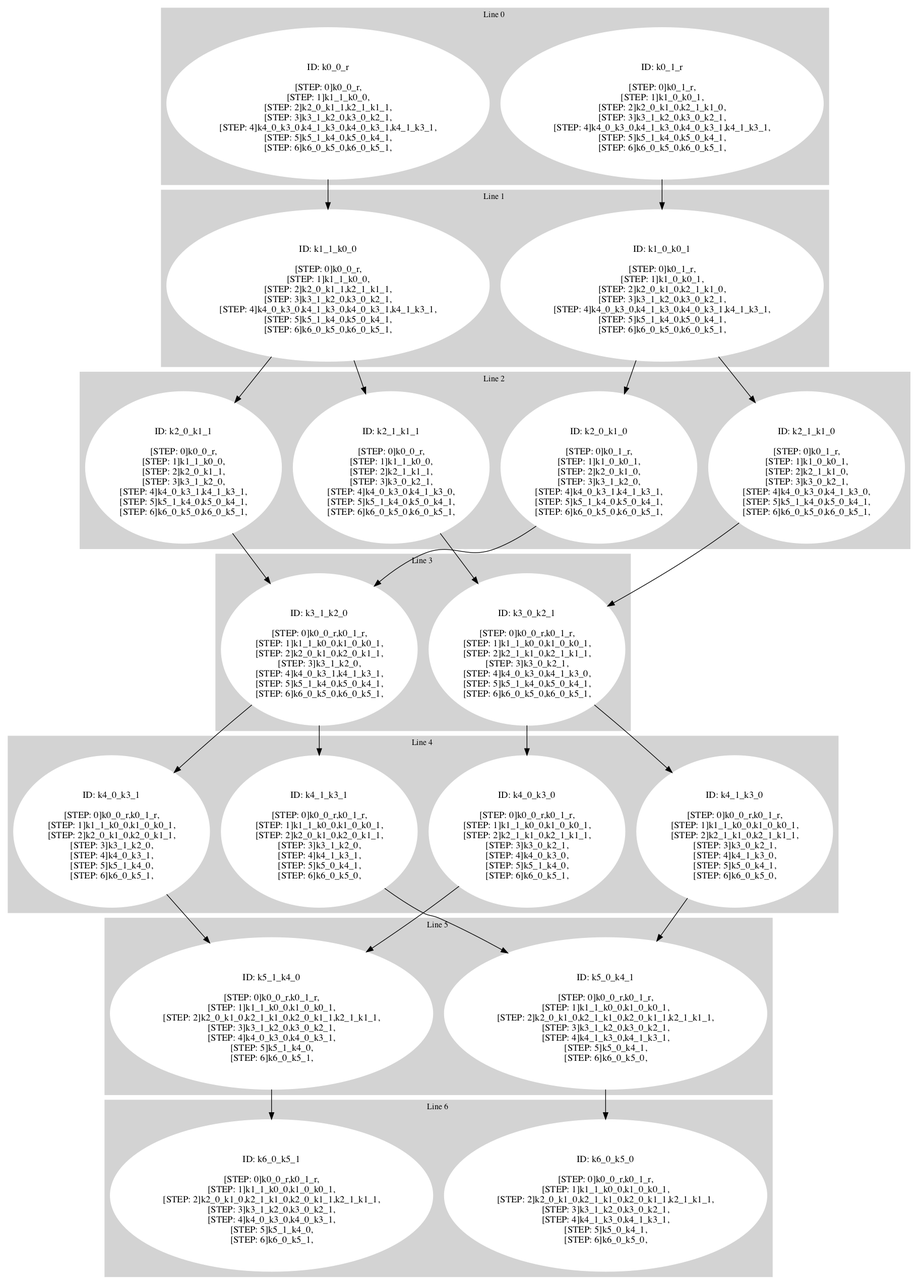
ricardombiot/3sat_machine_original_rs keeps this Graphviz diagram as test_visual/build_nvars3.png. Above is the earlier version. Its source is kept beside it as test_visual/build_nvars3.dot. Source of this version:
```dot
digraph G {
     compound=true
subgraph cluster_line_0 {
 style=filled;
 color=lightgrey;
     node [style=filled,color=white];
k0_1_r [label=<<BR /> ID: k0_1_r <BR /> <BR />
[STEP: 0]k0_1_r,<BR />
[STEP: 1]k1_0_k0_1,<BR />
[STEP: 2]k2_0_k1_0,k2_1_k1_0,<BR />
[STEP: 3]k3_1_k2_0,k3_0_k2_1,<BR />
[STEP: 4]k4_0_k3_0,k4_1_k3_0,k4_0_k3_1,k4_1_k3_1,<BR />
[STEP: 5]k5_1_k4_0,k5_0_k4_1,<BR />
[STEP: 6]k6_0_k5_0,k6_0_k5_1,<BR />
>]k0_0_r [label=<<BR /> ID: k0_0_r <BR /> <BR />
[STEP: 0]k0_0_r,<BR />
[STEP: 1]k1_1_k0_0,<BR />
[STEP: 2]k2_0_k1_1,k2_1_k1_1,<BR />
[STEP: 3]k3_1_k2_0,k3_0_k2_1,<BR />
[STEP: 4]k4_0_k3_0,k4_1_k3_0,k4_0_k3_1,k4_1_k3_1,<BR />
[STEP: 5]k5_1_k4_0,k5_0_k4_1,<BR />
[STEP: 6]k6_0_k5_0,k6_0_k5_1,<BR />
>]
     fontsize="12"
     label = "Line 0 "
 }
subgraph cluster_line_1 {
 style=filled;
 color=lightgrey;
     node [style=filled,color=white];
k1_1_k0_0 [label=<<BR /> ID: k1_1_k0_0 <BR /> <BR />
[STEP: 0]k0_0_r,<BR />
[STEP: 1]k1_1_k0_0,<BR />
[STEP: 2]k2_0_k1_1,k2_1_k1_1,<BR />
[STEP: 3]k3_1_k2_0,k3_0_k2_1,<BR />
[STEP: 4]k4_0_k3_0,k4_1_k3_0,k4_0_k3_1,k4_1_k3_1,<BR />
[STEP: 5]k5_1_k4_0,k5_0_k4_1,<BR />
[STEP: 6]k6_0_k5_0,k6_0_k5_1,<BR />
>]k1_0_k0_1 [label=<<BR /> ID: k1_0_k0_1 <BR /> <BR />
[STEP: 0]k0_1_r,<BR />
[STEP: 1]k1_0_k0_1,<BR />
[STEP: 2]k2_0_k1_0,k2_1_k1_0,<BR />
[STEP: 3]k3_1_k2_0,k3_0_k2_1,<BR />
[STEP: 4]k4_0_k3_0,k4_1_k3_0,k4_0_k3_1,k4_1_k3_1,<BR />
[STEP: 5]k5_1_k4_0,k5_0_k4_1,<BR />
[STEP: 6]k6_0_k5_0,k6_0_k5_1,<BR />
>]
     fontsize="12"
     label = "Line 1 "
 }
subgraph cluster_line_2 {
 style=filled;
 color=lightgrey;
     node [style=filled,color=white];
k2_0_k1_0 [label=<<BR /> ID: k2_0_k1_0 <BR /> <BR />
[STEP: 0]k0_1_r,<BR />
[STEP: 1]k1_0_k0_1,<BR />
[STEP: 2]k2_0_k1_0,<BR />
[STEP: 3]k3_1_k2_0,<BR />
[STEP: 4]k4_0_k3_1,k4_1_k3_1,<BR />
[STEP: 5]k5_1_k4_0,k5_0_k4_1,<BR />
[STEP: 6]k6_0_k5_0,k6_0_k5_1,<BR />
>]k2_0_k1_1 [label=<<BR /> ID: k2_0_k1_1 <BR /> <BR />
[STEP: 0]k0_0_r,<BR />
[STEP: 1]k1_1_k0_0,<BR />
[STEP: 2]k2_0_k1_1,<BR />
[STEP: 3]k3_1_k2_0,<BR />
[STEP: 4]k4_0_k3_1,k4_1_k3_1,<BR />
[STEP: 5]k5_1_k4_0,k5_0_k4_1,<BR />
[STEP: 6]k6_0_k5_0,k6_0_k5_1,<BR />
>]k2_1_k1_0 [label=<<BR /> ID: k2_1_k1_0 <BR /> <BR />
[STEP: 0]k0_1_r,<BR />
[STEP: 1]k1_0_k0_1,<BR />
[STEP: 2]k2_1_k1_0,<BR />
[STEP: 3]k3_0_k2_1,<BR />
[STEP: 4]k4_0_k3_0,k4_1_k3_0,<BR />
[STEP: 5]k5_1_k4_0,k5_0_k4_1,<BR />
[STEP: 6]k6_0_k5_0,k6_0_k5_1,<BR />
>]k2_1_k1_1 [label=<<BR /> ID: k2_1_k1_1 <BR /> <BR />
[STEP: 0]k0_0_r,<BR />
[STEP: 1]k1_1_k0_0,<BR />
[STEP: 2]k2_1_k1_1,<BR />
[STEP: 3]k3_0_k2_1,<BR />
[STEP: 4]k4_0_k3_0,k4_1_k3_0,<BR />
[STEP: 5]k5_1_k4_0,k5_0_k4_1,<BR />
[STEP: 6]k6_0_k5_0,k6_0_k5_1,<BR />
>]
     fontsize="12"
     label = "Line 2 "
 }
subgraph cluster_line_3 {
 style=filled;
 color=lightgrey;
     node [style=filled,color=white];
k3_0_k2_1 [label=<<BR /> ID: k3_0_k2_1 <BR /> <BR />
[STEP: 0]k0_0_r,k0_1_r,<BR />
[STEP: 1]k1_1_k0_0,k1_0_k0_1,<BR />
[STEP: 2]k2_1_k1_0,k2_1_k1_1,<BR />
[STEP: 3]k3_0_k2_1,<BR />
[STEP: 4]k4_0_k3_0,k4_1_k3_0,<BR />
[STEP: 5]k5_1_k4_0,k5_0_k4_1,<BR />
[STEP: 6]k6_0_k5_0,k6_0_k5_1,<BR />
>]k3_1_k2_0 [label=<<BR /> ID: k3_1_k2_0 <BR /> <BR />
[STEP: 0]k0_0_r,k0_1_r,<BR />
[STEP: 1]k1_1_k0_0,k1_0_k0_1,<BR />
[STEP: 2]k2_0_k1_0,k2_0_k1_1,<BR />
[STEP: 3]k3_1_k2_0,<BR />
[STEP: 4]k4_0_k3_1,k4_1_k3_1,<BR />
[STEP: 5]k5_1_k4_0,k5_0_k4_1,<BR />
[STEP: 6]k6_0_k5_0,k6_0_k5_1,<BR />
>]
     fontsize="12"
     label = "Line 3 "
 }
subgraph cluster_line_4 {
 style=filled;
 color=lightgrey;
     node [style=filled,color=white];
k4_1_k3_1 [label=<<BR /> ID: k4_1_k3_1 <BR /> <BR />
[STEP: 0]k0_0_r,k0_1_r,<BR />
[STEP: 1]k1_1_k0_0,k1_0_k0_1,<BR />
[STEP: 2]k2_0_k1_0,k2_0_k1_1,<BR />
[STEP: 3]k3_1_k2_0,<BR />
[STEP: 4]k4_1_k3_1,<BR />
[STEP: 5]k5_0_k4_1,<BR />
[STEP: 6]k6_0_k5_0,<BR />
>]k4_1_k3_0 [label=<<BR /> ID: k4_1_k3_0 <BR /> <BR />
[STEP: 0]k0_0_r,k0_1_r,<BR />
[STEP: 1]k1_1_k0_0,k1_0_k0_1,<BR />
[STEP: 2]k2_1_k1_0,k2_1_k1_1,<BR />
[STEP: 3]k3_0_k2_1,<BR />
[STEP: 4]k4_1_k3_0,<BR />
[STEP: 5]k5_0_k4_1,<BR />
[STEP: 6]k6_0_k5_0,<BR />
>]k4_0_k3_0 [label=<<BR /> ID: k4_0_k3_0 <BR /> <BR />
[STEP: 0]k0_0_r,k0_1_r,<BR />
[STEP: 1]k1_1_k0_0,k1_0_k0_1,<BR />
[STEP: 2]k2_1_k1_0,k2_1_k1_1,<BR />
[STEP: 3]k3_0_k2_1,<BR />
[STEP: 4]k4_0_k3_0,<BR />
[STEP: 5]k5_1_k4_0,<BR />
[STEP: 6]k6_0_k5_1,<BR />
>]k4_0_k3_1 [label=<<BR /> ID: k4_0_k3_1 <BR /> <BR />
[STEP: 0]k0_0_r,k0_1_r,<BR />
[STEP: 1]k1_1_k0_0,k1_0_k0_1,<BR />
[STEP: 2]k2_0_k1_0,k2_0_k1_1,<BR />
[STEP: 3]k3_1_k2_0,<BR />
[STEP: 4]k4_0_k3_1,<BR />
[STEP: 5]k5_1_k4_0,<BR />
[STEP: 6]k6_0_k5_1,<BR />
>]
     fontsize="12"
     label = "Line 4 "
 }
subgraph cluster_line_5 {
 style=filled;
 color=lightgrey;
     node [style=filled,color=white];
k5_0_k4_1 [label=<<BR /> ID: k5_0_k4_1 <BR /> <BR />
[STEP: 0]k0_0_r,k0_1_r,<BR />
[STEP: 1]k1_1_k0_0,k1_0_k0_1,<BR />
[STEP: 2]k2_0_k1_0,k2_1_k1_0,k2_0_k1_1,k2_1_k1_1,<BR />
[STEP: 3]k3_1_k2_0,k3_0_k2_1,<BR />
[STEP: 4]k4_1_k3_0,k4_1_k3_1,<BR />
[STEP: 5]k5_0_k4_1,<BR />
[STEP: 6]k6_0_k5_0,<BR />
>]k5_1_k4_0 [label=<<BR /> ID: k5_1_k4_0 <BR /> <BR />
[STEP: 0]k0_0_r,k0_1_r,<BR />
[STEP: 1]k1_1_k0_0,k1_0_k0_1,<BR />
[STEP: 2]k2_0_k1_0,k2_1_k1_0,k2_0_k1_1,k2_1_k1_1,<BR />
[STEP: 3]k3_1_k2_0,k3_0_k2_1,<BR />
[STEP: 4]k4_0_k3_0,k4_0_k3_1,<BR />
[STEP: 5]k5_1_k4_0,<BR />
[STEP: 6]k6_0_k5_1,<BR />
>]
     fontsize="12"
     label = "Line 5 "
 }
subgraph cluster_line_6 {
 style=filled;
 color=lightgrey;
     node [style=filled,color=white];
k6_0_k5_1 [label=<<BR /> ID: k6_0_k5_1 <BR /> <BR />
[STEP: 0]k0_0_r,k0_1_r,<BR />
[STEP: 1]k1_1_k0_0,k1_0_k0_1,<BR />
[STEP: 2]k2_0_k1_0,k2_1_k1_0,k2_0_k1_1,k2_1_k1_1,<BR />
[STEP: 3]k3_1_k2_0,k3_0_k2_1,<BR />
[STEP: 4]k4_0_k3_0,k4_0_k3_1,<BR />
[STEP: 5]k5_1_k4_0,<BR />
[STEP: 6]k6_0_k5_1,<BR />
>]k6_0_k5_0 [label=<<BR /> ID: k6_0_k5_0 <BR /> <BR />
[STEP: 0]k0_0_r,k0_1_r,<BR />
[STEP: 1]k1_1_k0_0,k1_0_k0_1,<BR />
[STEP: 2]k2_0_k1_0,k2_1_k1_0,k2_0_k1_1,k2_1_k1_1,<BR />
[STEP: 3]k3_1_k2_0,k3_0_k2_1,<BR />
[STEP: 4]k4_1_k3_0,k4_1_k3_1,<BR />
[STEP: 5]k5_0_k4_1,<BR />
[STEP: 6]k6_0_k5_0,<BR />
>]
     fontsize="12"
     label = "Line 6 "
 }
k0_1_r -> k1_0_k0_1
k0_0_r -> k1_1_k0_0
k1_1_k0_0 -> k2_0_k1_1
k1_1_k0_0 -> k2_1_k1_1
k1_0_k0_1 -> k2_0_k1_0
k1_0_k0_1 -> k2_1_k1_0
k2_0_k1_0 -> k3_1_k2_0
k2_0_k1_1 -> k3_1_k2_0
k2_1_k1_0 -> k3_0_k2_1
k2_1_k1_1 -> k3_0_k2_1
k3_0_k2_1 -> k4_0_k3_0
k3_0_k2_1 -> k4_1_k3_0
k3_1_k2_0 -> k4_0_k3_1
k3_1_k2_0 -> k4_1_k3_1
k4_1_k3_1 -> k5_0_k4_1
k4_1_k3_0 -> k5_0_k4_1
k4_0_k3_0 -> k5_1_k4_0
k4_0_k3_1 -> k5_1_k4_0
k5_0_k4_1 -> k6_0_k5_0
k5_1_k4_0 -> k6_0_k5_1
}
```
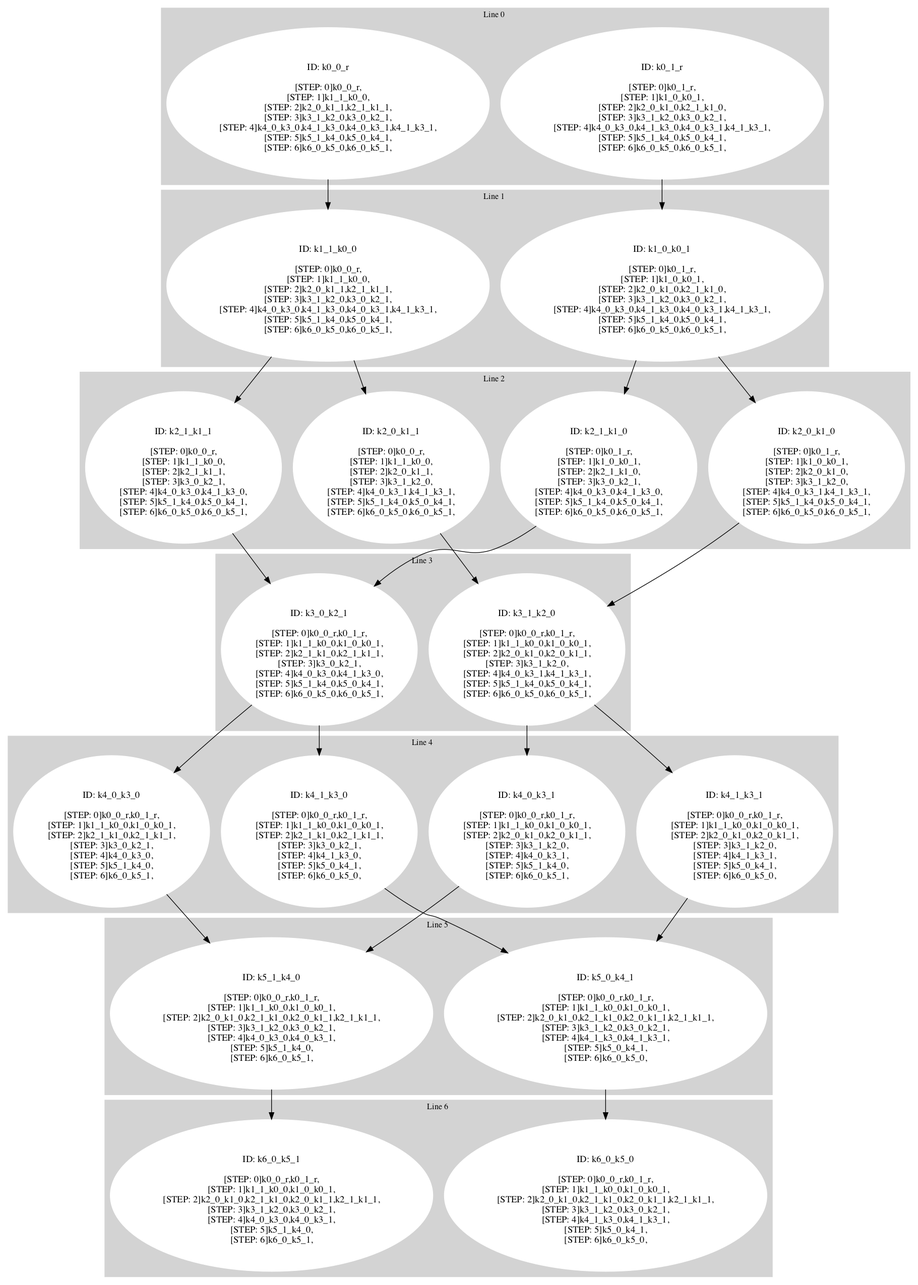
Later version of the same file.

What changed in the source:
```diff
@@ -52,23 +52,7 @@
  style=filled;
  color=lightgrey;
      node [style=filled,color=white];
-k2_0_k1_0 [label=<<BR /> ID: k2_0_k1_0 <BR /> <BR />
-[STEP: 0]k0_1_r,<BR />
-[STEP: 1]k1_0_k0_1,<BR />
-[STEP: 2]k2_0_k1_0,<BR />
-[STEP: 3]k3_1_k2_0,<BR />
-[STEP: 4]k4_0_k3_1,k4_1_k3_1,<BR />
-[STEP: 5]k5_1_k4_0,k5_0_k4_1,<BR />
-[STEP: 6]k6_0_k5_0,k6_0_k5_1,<BR />
->]k2_0_k1_1 [label=<<BR /> ID: k2_0_k1_1 <BR /> <BR />
-[STEP: 0]k0_0_r,<BR />
-[STEP: 1]k1_1_k0_0,<BR />
-[STEP: 2]k2_0_k1_1,<BR />
-[STEP: 3]k3_1_k2_0,<BR />
-[STEP: 4]k4_0_k3_1,k4_1_k3_1,<BR />
-[STEP: 5]k5_1_k4_0,k5_0_k4_1,<BR />
-[STEP: 6]k6_0_k5_0,k6_0_k5_1,<BR />
->]k2_1_k1_0 [label=<<BR /> ID: k2_1_k1_0 <BR /> <BR />
+k2_1_k1_0 [label=<<BR /> ID: k2_1_k1_0 <BR /> <BR />
 [STEP: 0]k0_1_r,<BR />
 [STEP: 1]k1_0_k0_1,<BR />
 [STEP: 2]k2_1_k1_0,<BR />
@@ -84,6 +68,22 @@
 [STEP: 4]k4_0_k3_0,k4_1_k3_0,<BR />
 [STEP: 5]k5_1_k4_0,k5_0_k4_1,<BR />
 [STEP: 6]k6_0_k5_0,k6_0_k5_1,<BR />
+>]k2_0_k1_1 [label=<<BR /> ID: k2_0_k1_1 <BR /> <BR />
+[STEP: 0]k0_0_r,<BR />
+[STEP: 1]k1_1_k0_0,<BR />
+[STEP: 2]k2_0_k1_1,<BR />
+[STEP: 3]k3_1_k2_0,<BR />
+[STEP: 4]k4_0_k3_1,k4_1_k3_1,<BR />
+[STEP: 5]k5_1_k4_0,k5_0_k4_1,<BR />
+[STEP: 6]k6_0_k5_0,k6_0_k5_1,<BR />
+>]k2_0_k1_0 [label=<<BR /> ID: k2_0_k1_0 <BR /> <BR />
+[STEP: 0]k0_1_r,<BR />
+[STEP: 1]k1_0_k0_1,<BR />
+[STEP: 2]k2_0_k1_0,<BR />
+[STEP: 3]k3_1_k2_0,<BR />
+[STEP: 4]k4_0_k3_1,k4_1_k3_1,<BR />
+[STEP: 5]k5_1_k4_0,k5_0_k4_1,<BR />
+[STEP: 6]k6_0_k5_0,k6_0_k5_1,<BR />
 >]
      fontsize="12"
      label = "Line 2 "
@@ -92,20 +92,20 @@
  style=filled;
  color=lightgrey;
      node [style=filled,color=white];
-k3_0_k2_1 [label=<<BR /> ID: k3_0_k2_1 <BR /> <BR />
+k3_1_k2_0 [label=<<BR /> ID: k3_1_k2_0 <BR /> <BR />
+[STEP: 0]k0_0_r,k0_1_r,<BR />
+[STEP: 1]k1_1_k0_0,k1_0_k0_1,<BR />
+[STEP: 2]k2_0_k1_0,k2_0_k1_1,<BR />
+[STEP: 3]k3_1_k2_0,<BR />
+[STEP: 4]k4_0_k3_1,k4_1_k3_1,<BR />
+[STEP: 5]k5_1_k4_0,k5_0_k4_1,<BR />
+[STEP: 6]k6_0_k5_0,k6_0_k5_1,<BR />
+>]k3_0_k2_1 [label=<<BR /> ID: k3_0_k2_1 <BR /> <BR />
 [STEP: 0]k0_0_r,k0_1_r,<BR />
 [STEP: 1]k1_1_k0_0,k1_0_k0_1,<BR />
 [STEP: 2]k2_1_k1_0,k2_1_k1_1,<BR />
 [STEP: 3]k3_0_k2_1,<BR />
 [STEP: 4]k4_0_k3_0,k4_1_k3_0,<BR />
-[STEP: 5]k5_1_k4_0,k5_0_k4_1,<BR />
-[STEP: 6]k6_0_k5_0,k6_0_k5_1,<BR />
->]k3_1_k2_0 [label=<<BR /> ID: k3_1_k2_0 <BR /> <BR />
-[STEP: 0]k0_0_r,k0_1_r,<BR />
-[STEP: 1]k1_1_k0_0,k1_0_k0_1,<BR />
-[STEP: 2]k2_0_k1_0,k2_0_k1_1,<BR />
-[STEP: 3]k3_1_k2_0,<BR />
-[STEP: 4]k4_0_k3_1,k4_1_k3_1,<BR />
 [STEP: 5]k5_1_k4_0,k5_0_k4_1,<BR />
 [STEP: 6]k6_0_k5_0,k6_0_k5_1,<BR />
 >]
@@ -124,14 +124,6 @@
 [STEP: 4]k4_1_k3_1,<BR />
 [STEP: 5]k5_0_k4_1,<BR />
 [STEP: 6]k6_0_k5_0,<BR />
->]k4_1_k3_0 [label=<<BR /> ID: k4_1_k3_0 <BR /> <BR />
-[STEP: 0]k0_0_r,k0_1_r,<BR />
-[STEP: 1]k1_1_k0_0,k1_0_k0_1,<BR />
-[STEP: 2]k2_1_k1_0,k2_1_k1_1,<BR />
-[STEP: 3]k3_0_k2_1,<BR />
-[STEP: 4]k4_1_k3_0,<BR />
-[STEP: 5]k5_0_k4_1,<BR />
-[STEP: 6]k6_0_k5_0,<BR />
 >]k4_0_k3_0 [label=<<BR /> ID: k4_0_k3_0 <BR /> <BR />
 [STEP: 0]k0_0_r,k0_1_r,<BR />
 [STEP: 1]k1_1_k0_0,k1_0_k0_1,<BR />
@@ -148,6 +140,14 @@
 [STEP: 4]k4_0_k3_1,<BR />
 [STEP: 5]k5_1_k4_0,<BR />
 [STEP: 6]k6_0_k5_1,<BR />
+>]k4_1_k3_0 [label=<<BR /> ID: k4_1_k3_0 <BR /> <BR />
+[STEP: 0]k0_0_r,k0_1_r,<BR />
+[STEP: 1]k1_1_k0_0,k1_0_k0_1,<BR />
+[STEP: 2]k2_1_k1_0,k2_1_k1_1,<BR />
+[STEP: 3]k3_0_k2_1,<BR />
+[STEP: 4]k4_1_k3_0,<BR />
+[STEP: 5]k5_0_k4_1,<BR />
+[STEP: 6]k6_0_k5_0,<BR />
 >]
      fontsize="12"
      label = "Line 4 "
@@ -204,20 +204,20 @@
 k0_0_r -> k1_1_k0_0
 k1_1_k0_0 -> k2_0_k1_1
 k1_1_k0_0 -> k2_1_k1_1
+k1_0_k0_1 -> k2_1_k1_0
 k1_0_k0_1 -> k2_0_k1_0
-k1_0_k0_1 -> k2_1_k1_0
-k2_0_k1_0 -> k3_1_k2_0
-k2_0_k1_1 -> k3_1_k2_0
 k2_1_k1_0 -> k3_0_k2_1
 k2_1_k1_1 -> k3_0_k2_1
+k2_0_k1_1 -> k3_1_k2_0
+k2_0_k1_0 -> k3_1_k2_0
+k3_1_k2_0 -> k4_0_k3_1
+k3_1_k2_0 -> k4_1_k3_1
 k3_0_k2_1 -> k4_0_k3_0
 k3_0_k2_1 -> k4_1_k3_0
-k3_1_k2_0 -> k4_0_k3_1
-k3_1_k2_0 -> k4_1_k3_1
 k4_1_k3_1 -> k5_0_k4_1
-k4_1_k3_0 -> k5_0_k4_1
 k4_0_k3_0 -> k5_1_k4_0
 k4_0_k3_1 -> k5_1_k4_0
+k4_1_k3_0 -> k5_0_k4_1
 k5_0_k4_1 -> k6_0_k5_0
 k5_1_k4_0 -> k6_0_k5_1
 }
```
